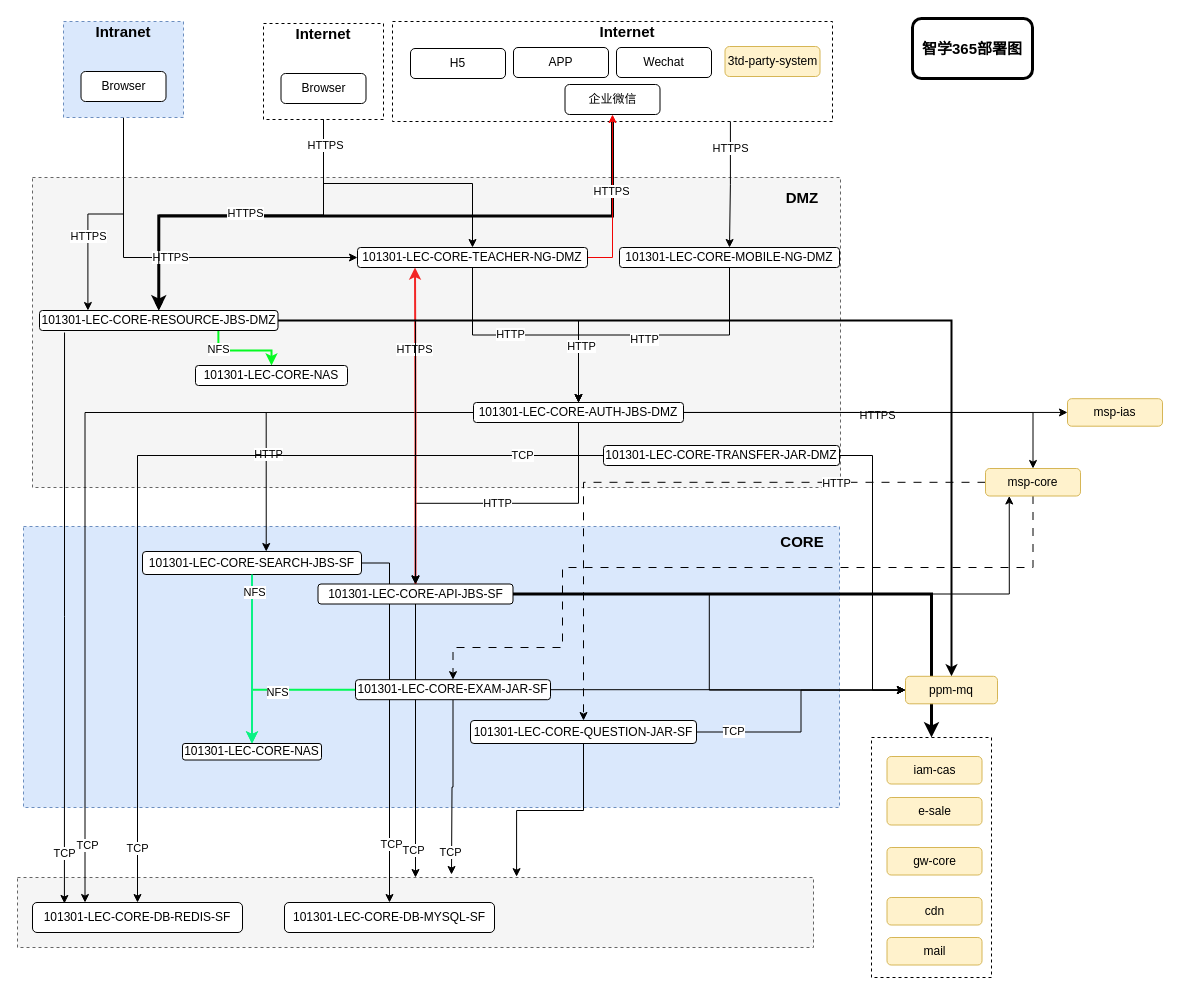
Above: page "第 2 页" (2 of 2) of 部署逻辑图.drawio in rainerpiao/cloud-computing (draw.io), before the change. Source tidied: cells renumbered, new cells numbered last; positions are measured from the earlier drawing's top-left corner, leaving out a move shared by most shapes. Both pictures are drawn from the tidied source at 100%, with x=0, y=0 at pixel (17, 18).
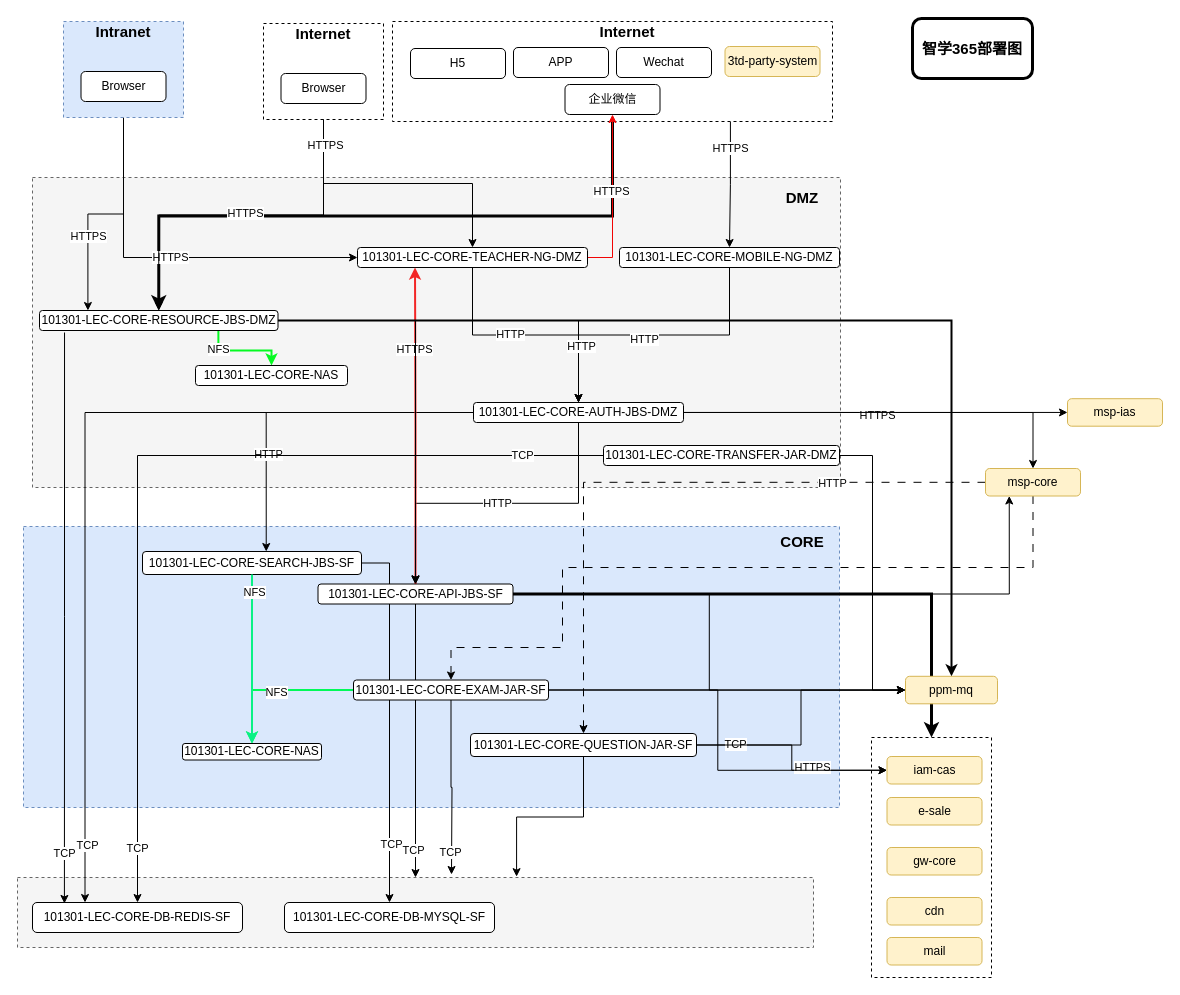
The same page after the edit.

Commit message:
更新部署逻辑图.drawio

The change refers to these unchanged cells:
```xml
<mxCell id="90" value="iam-cas" style="rounded=1;whiteSpace=wrap;html=1;strokeColor=#d6b656;fontFamily=Helvetica;fontSize=12;fillColor=#fff2cc;" parent="1" vertex="1">
  <mxGeometry x="869.5" y="738" width="95" height="27.5" as="geometry" />
</mxCell>
```

Change to the diagram source:
```diff
@@
+    <mxCell id="103" style="edgeStyle=orthogonalEdgeStyle;rounded=0;jettySize=auto;html=1;entryX=0;entryY=0.5;entryDx=0;entryDy=0;" parent="1" edge="1" source="75" target="90">
+      <mxGeometry relative="1" as="geometry" />
+    </mxCell>
+    <mxCell id="104" value="HTTPS" style="edgeLabel;html=1;align=center;verticalAlign=middle;" parent="103" vertex="1">
+      <mxGeometry x="0.31" y="3" relative="1" as="geometry" />
+    </mxCell>
     <mxCell id="75" value="101301-LEC-CORE-QUESTION-JAR-SF" style="rounded=1;whiteSpace=wrap;html=1;strokeColor=default;fontFamily=Helvetica;fontSize=12;fontColor=default;fillColor=default;" parent="1" vertex="1">
-      <mxGeometry x="453" y="702" width="226" height="23" as="geometry" />
+      <mxGeometry x="453" y="715" width="226" height="23" as="geometry" />
     </mxCell>
@@
+    <mxCell id="105" style="edgeStyle=orthogonalEdgeStyle;rounded=0;jettySize=auto;html=1;entryX=0;entryY=0.5;entryDx=0;entryDy=0;" parent="1" edge="1" source="101" target="90">
+      <mxGeometry relative="1" as="geometry" />
+    </mxCell>
     <mxCell id="101" value="101301-LEC-CORE-EXAM-JAR-SF" style="rounded=1;whiteSpace=wrap;html=1;strokeColor=default;fontFamily=Helvetica;fontSize=12;fontColor=default;fillColor=default;" parent="1" vertex="1">
-      <mxGeometry x="338" y="661.2" width="195" height="20" as="geometry" />
+      <mxGeometry x="336" y="661.5" width="195" height="20" as="geometry" />
     </mxCell>
```
